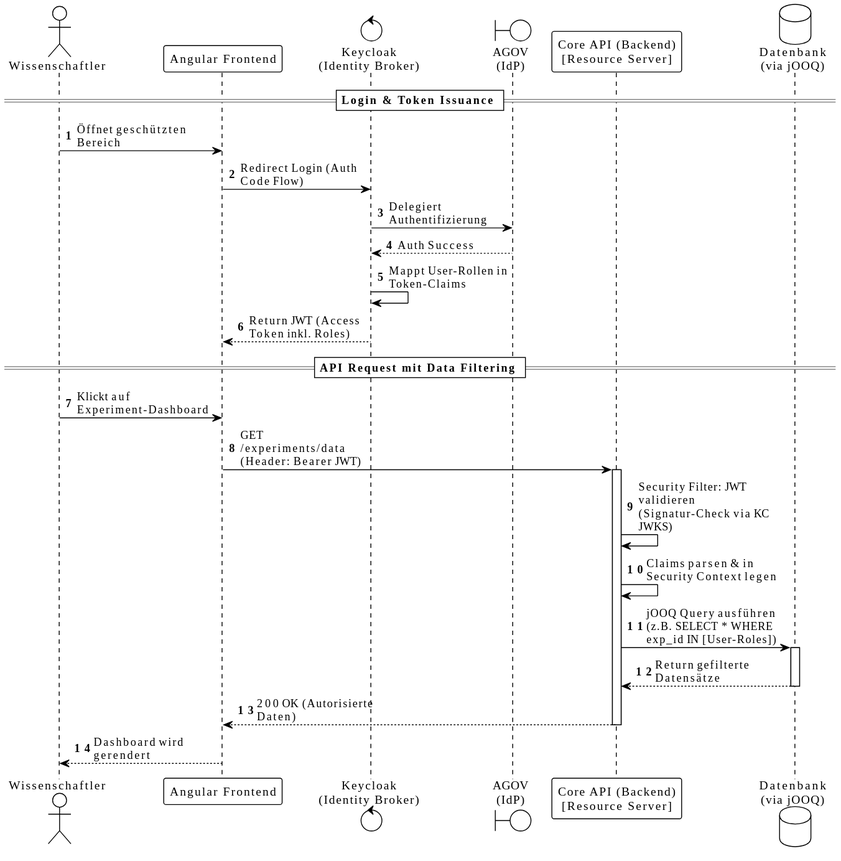
swisstopo/lg-monteis keeps this PlantUML diagram as documentation/architecture/images/seq-login-sso.svg. Above is the earlier version. Source of this version:
```plantuml
@startuml
<style>
  root {
    BackgroundColor white
    FontColor black
    FontName Verdana
    HyperLinkColor blue
    LineColor black
    LineThickness 1
    Margin 5
  }
  document {
    caption {
      LineThickness 0
    }
    footer {
      LineThickness 0
    }
    header {
      LineThickness 0
    }
    title {
      FontSize 22
      LineThickness 0
    }
  }
  node {
    MaximumWidth 300
  }
</style>

skinparam ArrowLollipopColor black
skinparam BackgroundColor white
skinparam DefaultFontName Verdana
skinparam DefaultMonospacedFontName Courier
skinparam LifelineStrategy nosolid
skinparam ParticipantPadding 10
skinparam SequenceLifeLineBorderColor black
skinparam Shadowing false
skinparam UseBetaStyle true

skinparam Activity {
  BackgroundColor white
  BarColor black
  BorderColor black
  FontColor black
  FontName Verdana
}
skinparam Boundary {
  FontColor black
}
skinparam Box {
  Padding 5
}
skinparam CircledCharacter {
  FontColor black
  FontName Courier
  Radius 9
}
skinparam Class {
  BackgroundColor white
  BorderColor black
  FontColor black
  FontName Verdana
}
skinparam ClassAttribute {
  FontColor black
  FontName Verdana
}
skinparam ClassStereotype {
  FontColor black
  FontName Verdana
}
skinparam Footer {
  FontColor black
  FontName Verdana
}
skinparam Header {
  FontColor black
  FontName Verdana
}
skinparam Hyperlink {
  Color blue
}
skinparam IconPackage {
  Color black
  BackgroundColor white
}
skinparam IconPrivate {
  Color black
  BackgroundColor white
}
skinparam IconProtected {
  Color black
  BackgroundColor white
}
skinparam IconPublic {
  Color black
  BackgroundColor white
}
skinparam Note {
  FontColor black
  FontName Verdana
}
skinparam Object {
  BorderColor black
}
skinparam Package {
  BorderColor black
  FontColor black
  FontName Verdana
}
skinparam State {
  BackgroundColor white
  BorderColor black
}
skinparam StereotypeA {
  BackgroundColor white
  BorderColor black
}
skinparam StereotypeC {
  BackgroundColor white
  BorderColor black
}
skinparam StereotypeE {
  BackgroundColor white
  BorderColor black
}
skinparam StereotypeI {
  BackgroundColor white
  BorderColor black
}
skinparam StereotypeN {
  BackgroundColor white
  BorderColor black
}
skinparam UseCaseStereoType {
  FontColor black
  FontName Verdana
}
autonumber
skinparam maxMessageSize 150

actor "Wissenschaftler" as User
participant "Angular Frontend" as UI
control "Keycloak\n(Identity Broker)" as KC
boundary "AGOV\n(IdP)" as AGOV
participant "Core API (Backend)\n[Resource Server]" as Backend
database "Datenbank\n(via jOOQ)" as DB

== Login & Token Issuance ==
User -> UI : Öffnet geschützten Bereich
UI -> KC : Redirect Login (Auth Code Flow)
KC -> AGOV : Delegiert Authentifizierung
AGOV --> KC : Auth Success
KC -> KC : Mappt User-Rollen in Token-Claims
KC --> UI : Return JWT (Access Token inkl. Roles)

== API Request mit Data Filtering ==
User -> UI : Klickt auf Experiment-Dashboard
UI -> Backend : GET /experiments/data\n(Header: Bearer JWT)
activate Backend

Backend -> Backend : Security Filter: JWT validieren\n(Signatur-Check via KC JWKS)
Backend -> Backend : Claims parsen & in Security Context legen

Backend -> DB : jOOQ Query ausführen\n(z.B. SELECT * WHERE exp_id IN [User-Roles])
activate DB
DB --> Backend : Return gefilterte Datensätze
deactivate DB

Backend --> UI : 200 OK (Autorisierte Daten)
deactivate Backend

UI --> User : Dashboard wird gerendert
@enduml
```
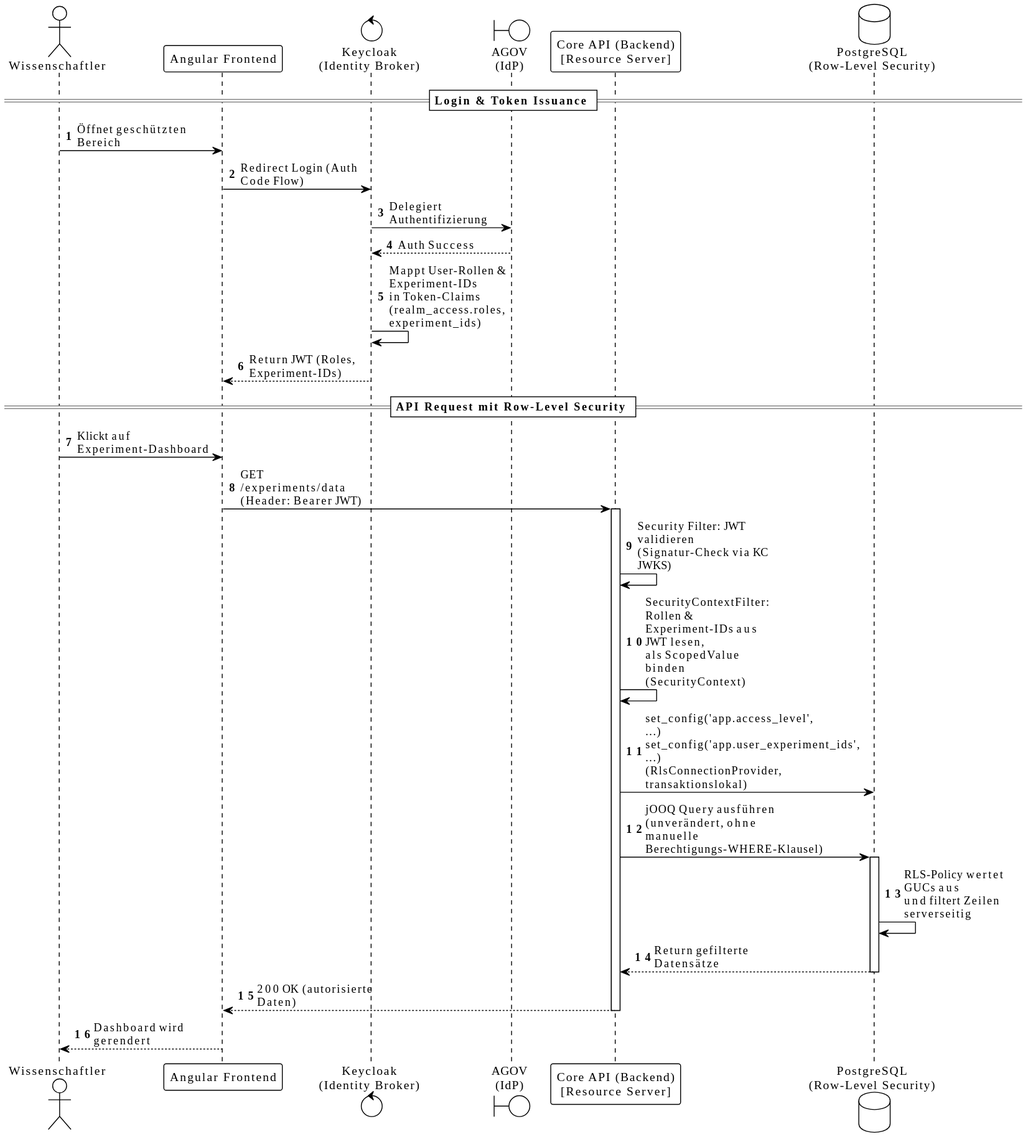
After the commit.

Change to the diagram source:
```diff
@@ -146,30 +146,32 @@
 control "Keycloak\n(Identity Broker)" as KC
 boundary "AGOV\n(IdP)" as AGOV
 participant "Core API (Backend)\n[Resource Server]" as Backend
-database "Datenbank\n(via jOOQ)" as DB
+database "PostgreSQL\n(Row-Level Security)" as DB
 
 == Login & Token Issuance ==
 User -> UI : Öffnet geschützten Bereich
 UI -> KC : Redirect Login (Auth Code Flow)
 KC -> AGOV : Delegiert Authentifizierung
 AGOV --> KC : Auth Success
-KC -> KC : Mappt User-Rollen in Token-Claims
-KC --> UI : Return JWT (Access Token inkl. Roles)
+KC -> KC : Mappt User-Rollen & Experiment-IDs\nin Token-Claims (realm_access.roles, experiment_ids)
+KC --> UI : Return JWT (Roles, Experiment-IDs)
 
-== API Request mit Data Filtering ==
+== API Request mit Row-Level Security ==
 User -> UI : Klickt auf Experiment-Dashboard
 UI -> Backend : GET /experiments/data\n(Header: Bearer JWT)
 activate Backend
 
 Backend -> Backend : Security Filter: JWT validieren\n(Signatur-Check via KC JWKS)
-Backend -> Backend : Claims parsen & in Security Context legen
+Backend -> Backend : SecurityContextFilter: Rollen &\nExperiment-IDs aus JWT lesen,\nals ScopedValue binden (SecurityContext)
 
-Backend -> DB : jOOQ Query ausführen\n(z.B. SELECT * WHERE exp_id IN [User-Roles])
+Backend -> DB : set_config('app.access_level', ...)\nset_config('app.user_experiment_ids', ...)\n(RlsConnectionProvider, transaktionslokal)
+Backend -> DB : jOOQ Query ausführen\n(unverändert, ohne manuelle\nBerechtigungs-WHERE-Klausel)
 activate DB
+DB -> DB : RLS-Policy wertet GUCs aus\nund filtert Zeilen serverseitig
 DB --> Backend : Return gefilterte Datensätze
 deactivate DB
 
-Backend --> UI : 200 OK (Autorisierte Daten)
+Backend --> UI : 200 OK (autorisierte Daten)
 deactivate Backend
 
 UI --> User : Dashboard wird gerendert
```
